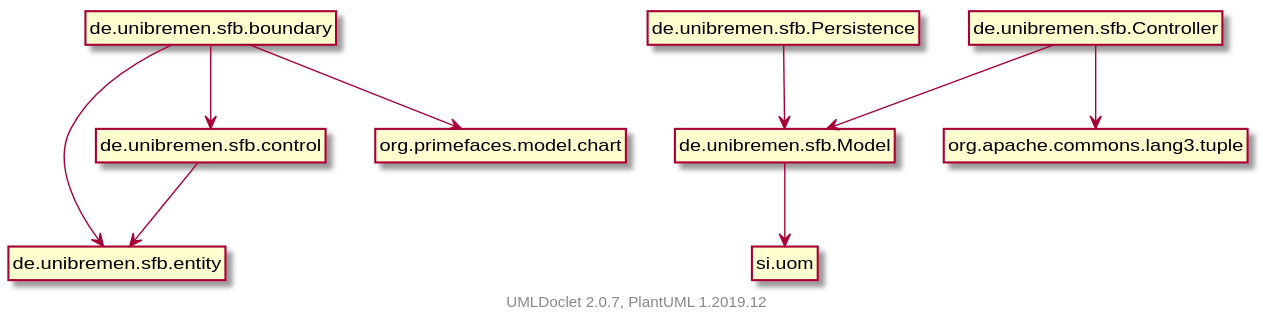
Before: doc/UML/modulsichtSVG/package-dependencies.svg, a diagram exported from PlantUML (fkehlenb/softwareprojekt-2).
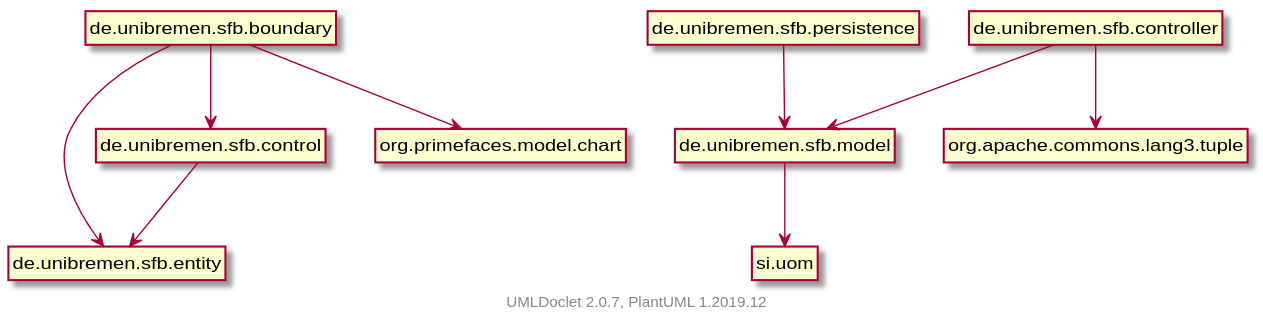
The same diagram one commit later.

What changed in the source:
```diff
@@ -7,11 +7,11 @@
     de.unibremen.sfb.boundary --> de.unibremen.sfb.entity
     de.unibremen.sfb.boundary --> de.unibremen.sfb.control
     de.unibremen.sfb.boundary --> org.primefaces.model.chart
-    de.unibremen.sfb.Controller --> de.unibremen.sfb.Model
-    de.unibremen.sfb.Controller --> org.apache.commons.lang3.tuple
+    de.unibremen.sfb.controller --> de.unibremen.sfb.model
+    de.unibremen.sfb.controller --> org.apache.commons.lang3.tuple
     de.unibremen.sfb.control --> de.unibremen.sfb.entity
-    de.unibremen.sfb.Persistence --> de.unibremen.sfb.Model
-    de.unibremen.sfb.Model --> si.uom
+    de.unibremen.sfb.persistence --> de.unibremen.sfb.model
+    de.unibremen.sfb.model --> si.uom
 
     class "de.unibremen.sfb.boundary" [[de/unibremen/sfb/boundary/package-summary.html]] {
     }
@@ -19,11 +19,11 @@
     }
     class "de.unibremen.sfb.control" [[de/unibremen/sfb/control/package-summary.html]] {
     }
-    class "de.unibremen.sfb.Controller" [[de/unibremen/sfb/Controller/package-summary.html]] {
+    class "de.unibremen.sfb.controller" [[de/unibremen/sfb/controller/package-summary.html]] {
     }
-    class "de.unibremen.sfb.Model" [[de/unibremen/sfb/Model/package-summary.html]] {
+    class "de.unibremen.sfb.model" [[de/unibremen/sfb/model/package-summary.html]] {
     }
-    class "de.unibremen.sfb.Persistence" [[de/unibremen/sfb/Persistence/package-summary.html]] {
+    class "de.unibremen.sfb.persistence" [[de/unibremen/sfb/persistence/package-summary.html]] {
     }
 
     center footer UMLDoclet 2.0.7, PlantUML 1.2019.12
```
